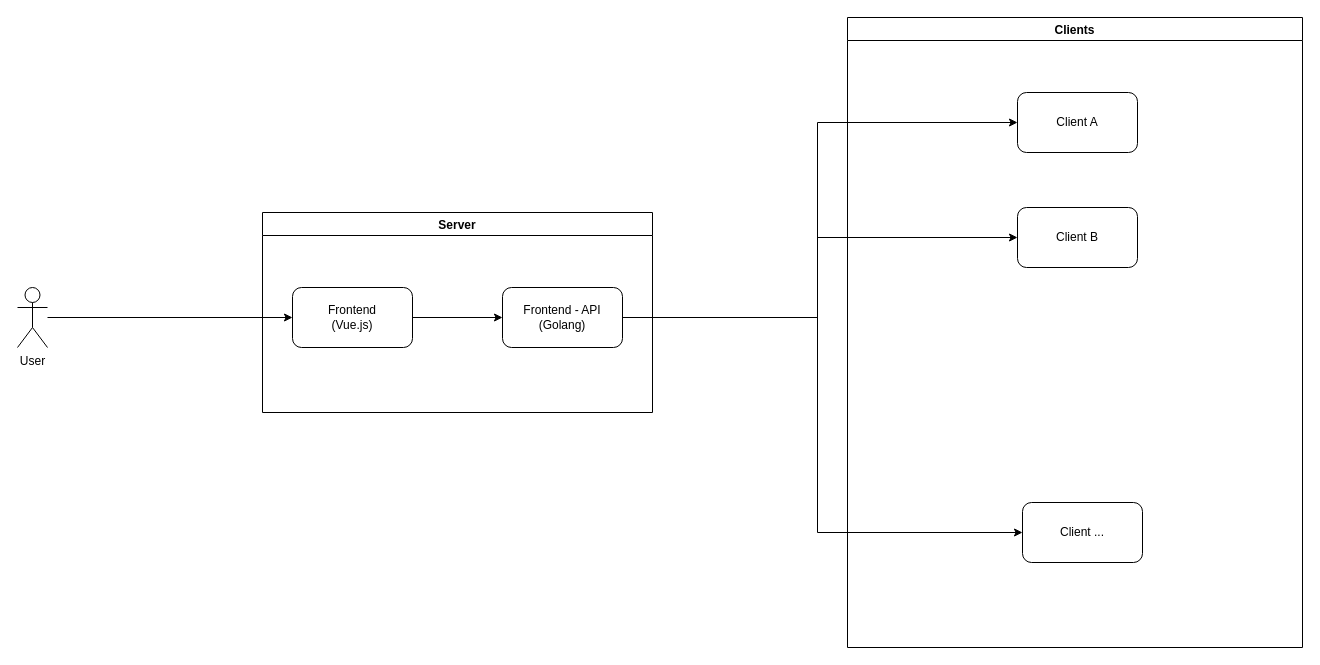
Earlier version of the draw.io diagram page "General" (1 of 4) of docs/Architecture Diagram.drawio (TheDarkTrumpet/docker-tcp-with-go). Source tidied: cells renumbered, new cells numbered last; positions are measured from the earlier drawing's top-left corner, leaving out a move shared by most shapes. Both pictures are drawn from the tidied source at 100%, with x=0, y=0 at pixel (17, 17).
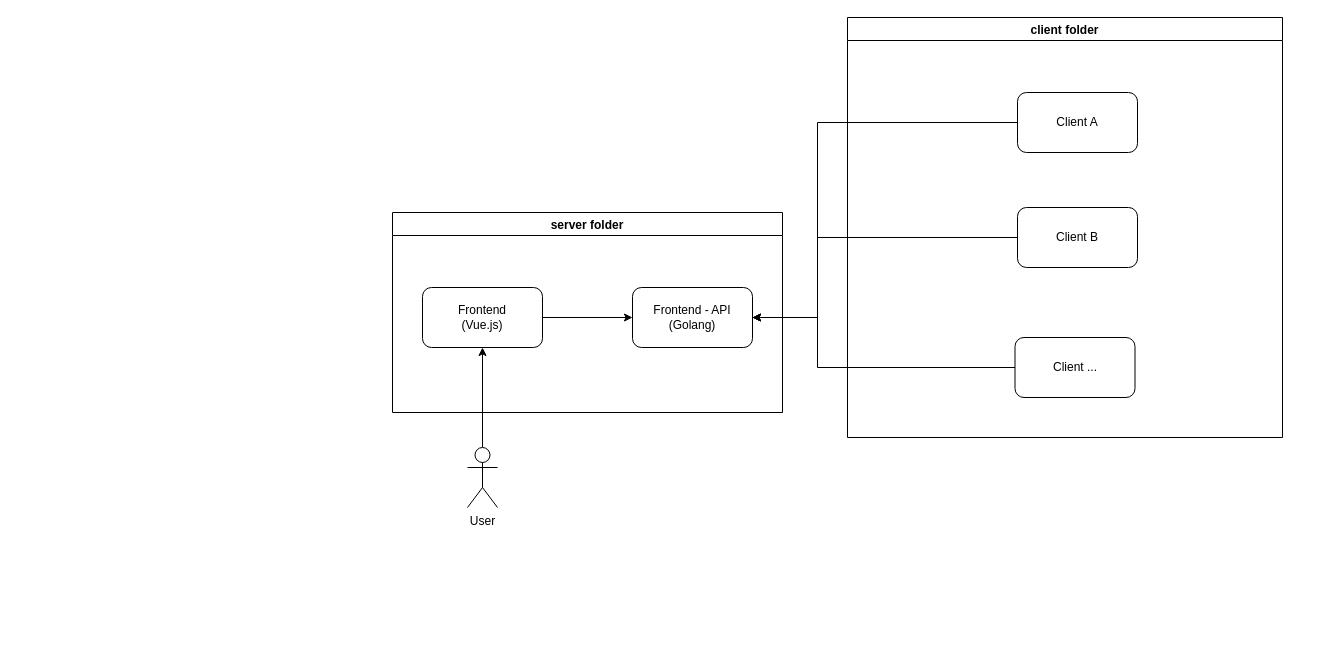
After the change.

Commit message:
updating architecture diagram

Diff of the diagram source:
```diff
@@
 <mxGraphModel>
   <root>
     <mxCell id="0" />
     <mxCell id="1" parent="0" />
-    <mxCell id="2" style="edgeStyle=orthogonalEdgeStyle;rounded=0;jettySize=auto;html=1;entryX=0;entryY=0.5;entryDx=0;entryDy=0;" parent="1" edge="1" source="3" target="5">
+    <mxCell id="2" style="edgeStyle=orthogonalEdgeStyle;rounded=0;jettySize=auto;html=1;" parent="1" edge="1" source="3" target="5">
       <mxGeometry relative="1" as="geometry" />
     </mxCell>
     <mxCell id="3" value="User" style="shape=umlActor;verticalLabelPosition=bottom;verticalAlign=top;html=1;outlineConnect=0;" parent="1" vertex="1">
-      <mxGeometry y="270" width="30" height="60" as="geometry" />
+      <mxGeometry x="450" y="430" width="30" height="60" as="geometry" />
     </mxCell>
-    <mxCell id="4" value="Server" style="swimlane;" parent="1" vertex="1">
-      <mxGeometry x="245" y="195" width="390" height="200" as="geometry" />
+    <mxCell id="4" value="server folder" style="swimlane;" parent="1" vertex="1">
+      <mxGeometry x="375" y="195" width="390" height="200" as="geometry" />
     </mxCell>
     <mxCell id="5" value="Frontend&lt;br&gt;(Vue.js)" style="rounded=1;whiteSpace=wrap;html=1;" parent="4" vertex="1">
       <mxGeometry x="30" y="75" width="120" height="60" as="geometry" />
     </mxCell>
     <mxCell id="6" value="Frontend - API&lt;br&gt;(Golang)" style="rounded=1;whiteSpace=wrap;html=1;" parent="4" vertex="1">
       <mxGeometry x="240" y="75" width="120" height="60" as="geometry" />
     </mxCell>
     <mxCell id="7" style="edgeStyle=orthogonalEdgeStyle;rounded=0;jettySize=auto;html=1;entryX=0;entryY=0.5;entryDx=0;entryDy=0;" parent="4" edge="1" source="5" target="6">
       <mxGeometry relative="1" as="geometry" />
     </mxCell>
-    <mxCell id="8" value="Clients" style="swimlane;" parent="1" vertex="1">
-      <mxGeometry x="830" width="455" height="630" as="geometry" />
+    <mxCell id="8" value="client folder" style="swimlane;" parent="1" vertex="1">
+      <mxGeometry x="830" width="435" height="420" as="geometry" />
     </mxCell>
     <mxCell id="9" value="Client A" style="rounded=1;whiteSpace=wrap;html=1;" parent="8" vertex="1">
       <mxGeometry x="170" y="75" width="120" height="60" as="geometry" />
     </mxCell>
     <mxCell id="10" value="Client ..." style="rounded=1;whiteSpace=wrap;html=1;" parent="8" vertex="1">
-      <mxGeometry x="175" y="485" width="120" height="60" as="geometry" />
+      <mxGeometry x="167.5" y="320" width="120" height="60" as="geometry" />
     </mxCell>
     <mxCell id="11" value="Client B" style="rounded=1;whiteSpace=wrap;html=1;" parent="8" vertex="1">
       <mxGeometry x="170" y="190" width="120" height="60" as="geometry" />
     </mxCell>
-    <mxCell id="12" style="edgeStyle=orthogonalEdgeStyle;rounded=0;jettySize=auto;html=1;entryX=0;entryY=0.5;entryDx=0;entryDy=0;" parent="1" edge="1" source="6" target="9">
+    <mxCell id="12" style="edgeStyle=orthogonalEdgeStyle;rounded=0;jettySize=auto;html=1;entryX=0;entryY=0.5;entryDx=0;entryDy=0;endArrow=none;endFill=0;startArrow=classic;startFill=1;" parent="1" edge="1" source="6" target="9">
       <mxGeometry relative="1" as="geometry">
         <Array as="points">
           <mxPoint x="800" y="300" />
           <mxPoint x="800" y="105" />
         </Array>
       </mxGeometry>
     </mxCell>
-    <mxCell id="13" style="edgeStyle=orthogonalEdgeStyle;rounded=0;jettySize=auto;html=1;entryX=0;entryY=0.5;entryDx=0;entryDy=0;" parent="1" edge="1" source="6" target="10">
+    <mxCell id="13" style="edgeStyle=orthogonalEdgeStyle;rounded=0;jettySize=auto;html=1;entryX=0;entryY=0.5;entryDx=0;entryDy=0;endArrow=none;endFill=0;startArrow=classic;startFill=1;" parent="1" edge="1" source="6" target="10">
       <mxGeometry relative="1" as="geometry">
         <Array as="points">
           <mxPoint x="800" y="300" />
-          <mxPoint x="800" y="515" />
+          <mxPoint x="800" y="350" />
         </Array>
       </mxGeometry>
     </mxCell>
-    <mxCell id="14" style="edgeStyle=orthogonalEdgeStyle;rounded=0;jettySize=auto;html=1;entryX=0;entryY=0.5;entryDx=0;entryDy=0;" parent="1" edge="1" source="6" target="11">
+    <mxCell id="14" style="edgeStyle=orthogonalEdgeStyle;rounded=0;jettySize=auto;html=1;entryX=0;entryY=0.5;entryDx=0;entryDy=0;endArrow=none;endFill=0;startArrow=classic;startFill=1;" parent="1" edge="1" source="6" target="11">
       <mxGeometry relative="1" as="geometry">
         <Array as="points">
           <mxPoint x="800" y="300" />
           <mxPoint x="800" y="220" />
         </Array>
       </mxGeometry>
     </mxCell>
   </root>
 </mxGraphModel>
```
